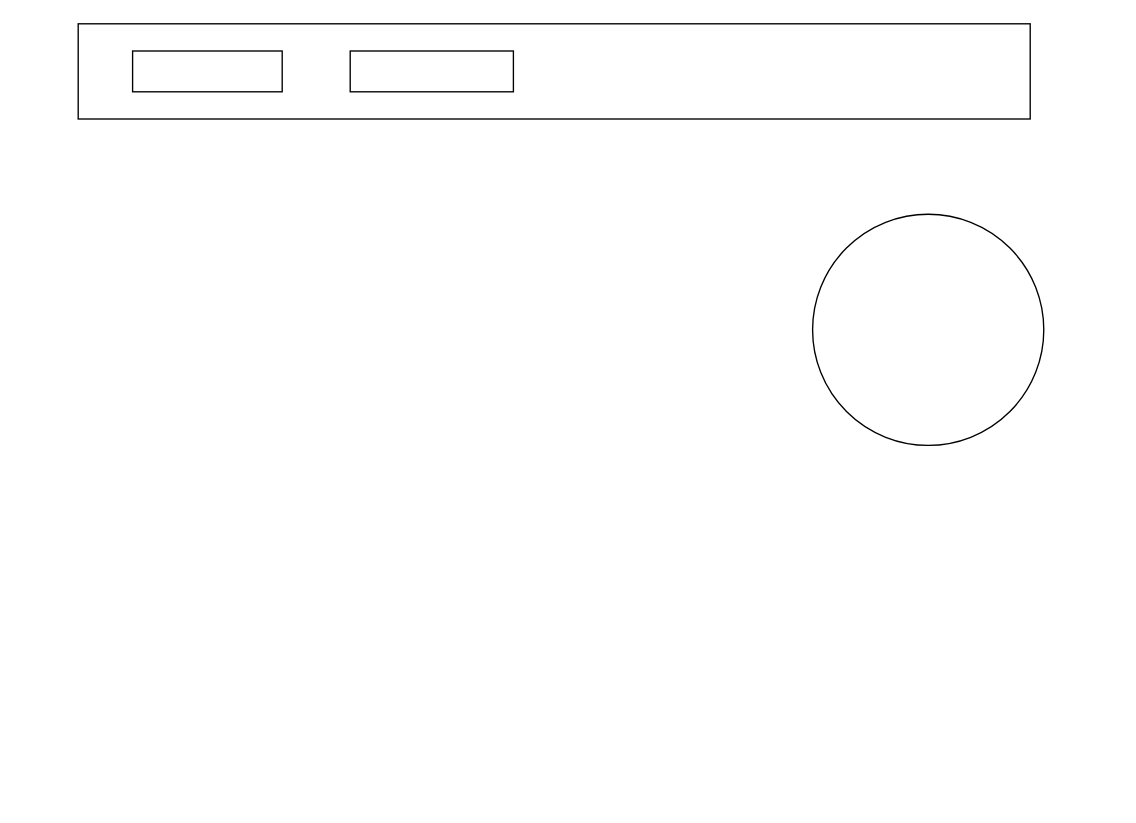
Above: Untitled Diagram.drawio in lopevilive/javascript-node (draw.io), before the change. Source tidied: cells renumbered, new cells numbered last; positions are measured from the earlier drawing's top-left corner, leaving out a move shared by most shapes. Both pictures are drawn from the tidied source at 136%, with x=0, y=0 at pixel (78, 23).
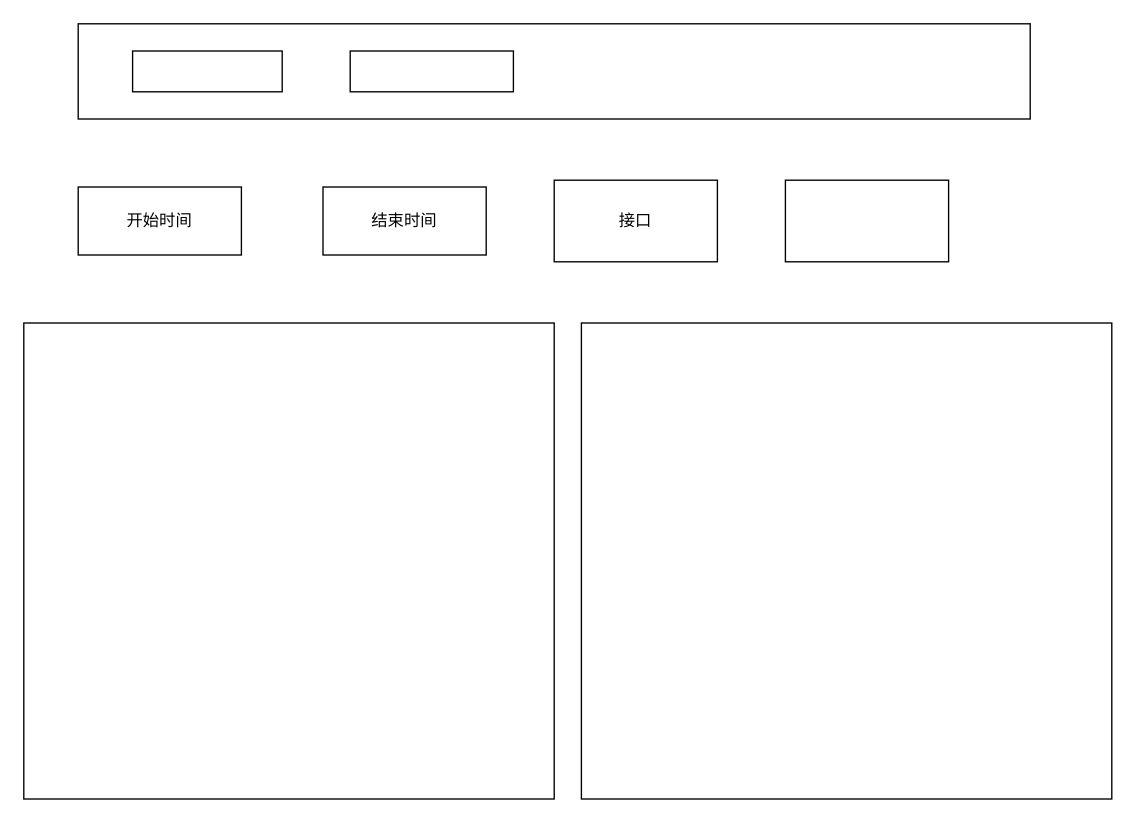
After the change.

Diff of the diagram source:
```diff
@@
 <mxGraphModel>
   <root>
     <mxCell id="0" />
     <mxCell id="1" parent="0" />
-    <mxCell id="2" style="ellipse;whiteSpace=wrap;html=1;" parent="1" vertex="1">
-      <mxGeometry x="540" y="140" width="170" height="170" as="geometry" />
-    </mxCell>
     <mxCell id="3" style="rounded=0;whiteSpace=wrap;html=1;" parent="1" vertex="1">
       <mxGeometry width="700" height="70" as="geometry" />
     </mxCell>
     <mxCell id="4" style="rounded=0;whiteSpace=wrap;html=1;" parent="1" vertex="1">
       <mxGeometry x="40" y="20" width="110" height="30" as="geometry" />
     </mxCell>
     <mxCell id="5" style="rounded=0;whiteSpace=wrap;html=1;" parent="1" vertex="1">
       <mxGeometry x="200" y="20" width="120" height="30" as="geometry" />
     </mxCell>
+    <mxCell id="6" style="rounded=0;whiteSpace=wrap;html=1;" parent="1" vertex="1">
+      <mxGeometry x="-40" y="220" width="390" height="350" as="geometry" />
+    </mxCell>
+    <mxCell id="7" value="开始时间" style="rounded=0;whiteSpace=wrap;html=1;" parent="1" vertex="1">
+      <mxGeometry y="120" width="120" height="50" as="geometry" />
+    </mxCell>
+    <mxCell id="8" value="结束时间" style="rounded=0;whiteSpace=wrap;html=1;" parent="1" vertex="1">
+      <mxGeometry x="180" y="120" width="120" height="50" as="geometry" />
+    </mxCell>
+    <mxCell id="9" value="接口" style="rounded=0;whiteSpace=wrap;html=1;" parent="1" vertex="1">
+      <mxGeometry x="350" y="115" width="120" height="60" as="geometry" />
+    </mxCell>
+    <mxCell id="10" style="rounded=0;whiteSpace=wrap;html=1;" parent="1" vertex="1">
+      <mxGeometry x="520" y="115" width="120" height="60" as="geometry" />
+    </mxCell>
+    <mxCell id="11" style="rounded=0;whiteSpace=wrap;html=1;" parent="1" vertex="1">
+      <mxGeometry x="370" y="220" width="390" height="350" as="geometry" />
+    </mxCell>
   </root>
 </mxGraphModel>
```
